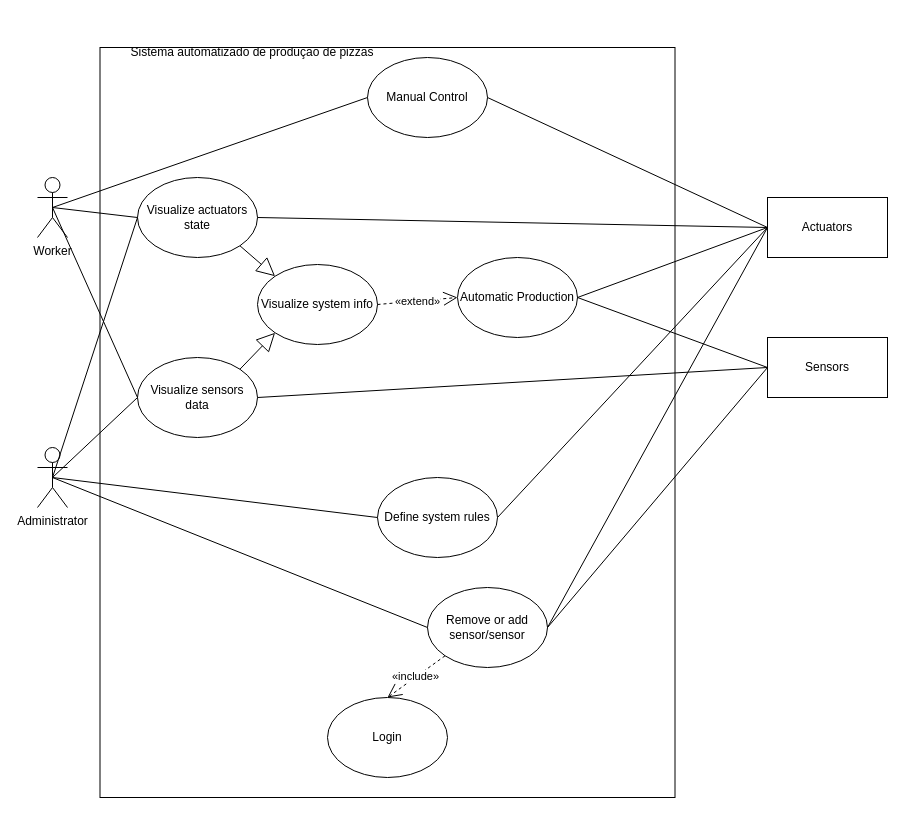
Above: Documentation/UML Use Case Diagram.drawio in pedrosilva2703/SINF-FEUP (draw.io), before the change. Source tidied: cells renumbered, new cells numbered last; positions are measured from the earlier drawing's top-left corner, leaving out a move shared by most shapes. Both pictures are drawn from the tidied source at 100%, with x=0, y=0 at pixel (37, 17).
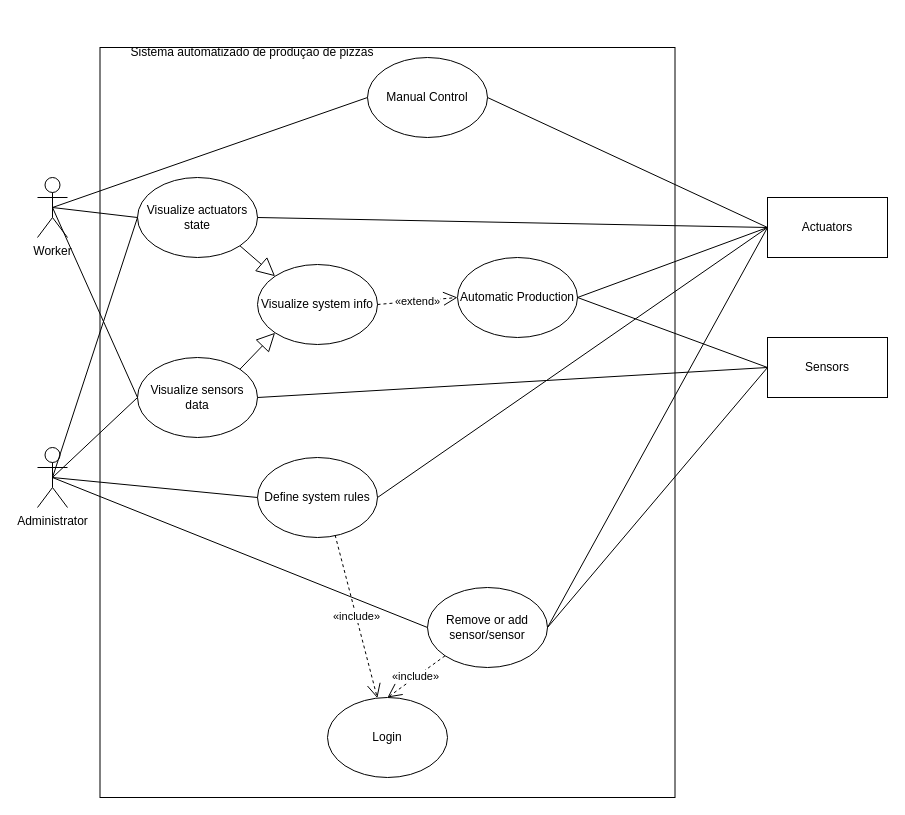
The same diagram, later.

Unchanged cells that the change refers to:
```xml
<mxCell id="10" value="Login" style="ellipse;whiteSpace=wrap;html=1;" parent="1" vertex="1">
  <mxGeometry x="290" y="680" width="120" height="80" as="geometry" />
</mxCell>
```

What changed in the source:
```diff
@@
     <mxCell id="28" value="Define system rules" style="ellipse;whiteSpace=wrap;html=1;" parent="1" vertex="1">
-      <mxGeometry x="340" y="460" width="120" height="80" as="geometry" />
+      <mxGeometry x="220" y="440" width="120" height="80" as="geometry" />
     </mxCell>
@@
+    <mxCell id="35" value="«include»" style="endArrow=open;endSize=12;dashed=1;html=1;exitX=0.647;exitY=0.971;exitDx=0;exitDy=0;exitPerimeter=0;" parent="1" edge="1" source="28" target="10">
+      <mxGeometry relative="1" as="geometry" />
+    </mxCell>
```
